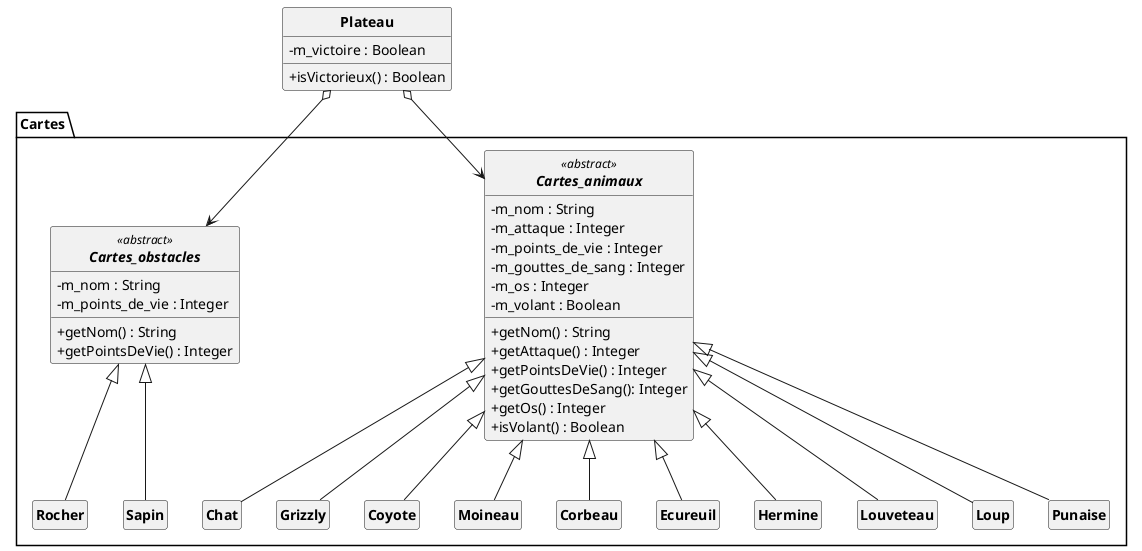
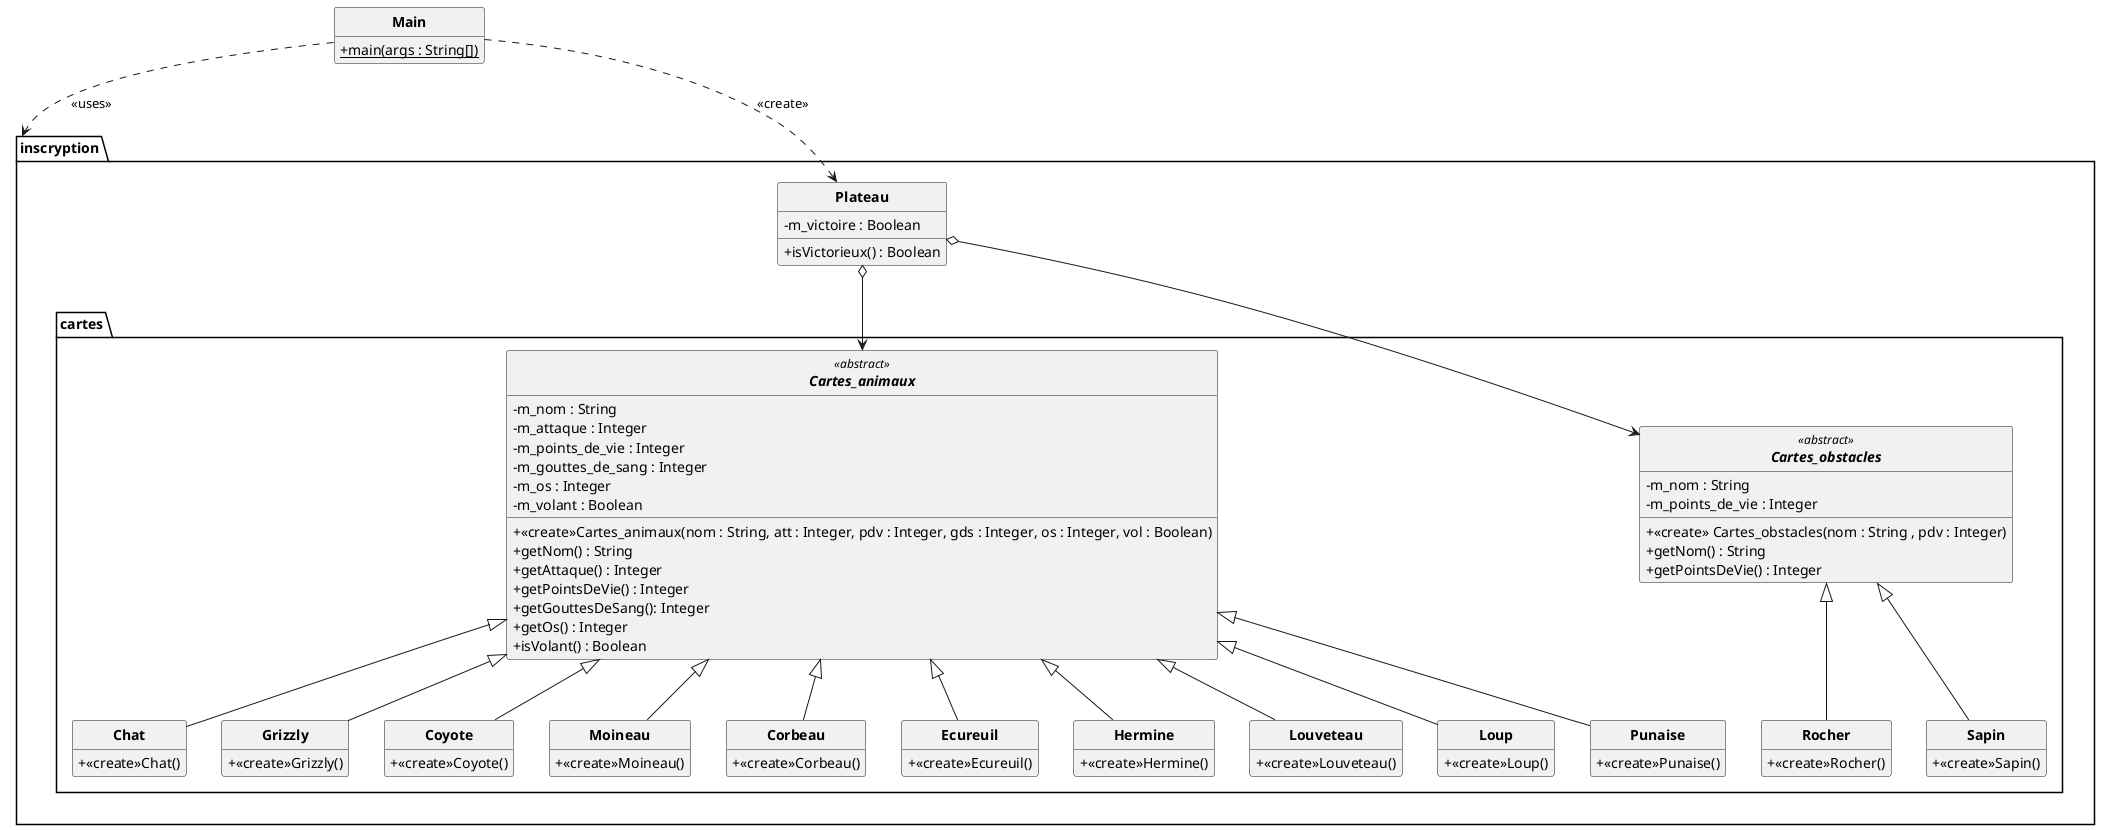
@startuml
'https://plantuml.com/class-diagram

skinparam classAttributeIconSize 0
skinparam classFontStyle Bold
skinparam style strictuml
hide empty members

- class Plateau {
-     -m_victoire : Boolean
-     +isVictorieux() : Boolean
- 
+ class Main {
+     +{static}main(args : String[])
}

- package Cartes {
-     abstract class Cartes_animaux <<abstract>>{
-     -m_nom : String
-     -m_attaque : Integer
-     -m_points_de_vie : Integer
-     -m_gouttes_de_sang : Integer
-     -m_os : Integer
-     -m_volant : Boolean
-     +getNom() : String
-     +getAttaque() : Integer
-     +getPointsDeVie() : Integer
-     +getGouttesDeSang(): Integer
-     +getOs() : Integer
-     +isVolant() : Boolean
+ package inscryption
+ {
+     class Plateau {
+         -m_victoire : Boolean
+         +isVictorieux() : Boolean
+ 
    }
-     abstract class Cartes_obstacles <<abstract>>{
-     -m_nom : String
-     -m_points_de_vie : Integer
-     +getNom() : String
-     +getPointsDeVie() : Integer
+ 
+     package cartes {
+         abstract class Cartes_animaux <<abstract>>{
+         -m_nom : String
+         -m_attaque : Integer
+         -m_points_de_vie : Integer
+         -m_gouttes_de_sang : Integer
+         -m_os : Integer
+         -m_volant : Boolean
+         +<<create>>Cartes_animaux(nom : String, att : Integer, pdv : Integer, gds : Integer, os : Integer, vol : Boolean)
+         +getNom() : String
+         +getAttaque() : Integer
+         +getPointsDeVie() : Integer
+         +getGouttesDeSang(): Integer
+         +getOs() : Integer
+         +isVolant() : Boolean
+         }
+         abstract class Cartes_obstacles <<abstract>>{
+         -m_nom : String
+         -m_points_de_vie : Integer
+         +<<create>> Cartes_obstacles(nom : String , pdv : Integer)
+         +getNom() : String
+         +getPointsDeVie() : Integer
+         }
+         class Chat extends Cartes_animaux{
+             +<<create>>Chat()
+         }
+         class Grizzly extends Cartes_animaux{
+             +<<create>>Grizzly()
+         }
+         class Coyote extends Cartes_animaux{
+             +<<create>>Coyote()
+         }
+         class Moineau extends Cartes_animaux{
+             +<<create>>Moineau()
+         }
+         class Corbeau extends Cartes_animaux{
+             +<<create>>Corbeau()
+         }
+         class Ecureuil extends Cartes_animaux{
+             +<<create>>Ecureuil()
+         }
+         class Hermine extends Cartes_animaux{
+             +<<create>>Hermine()
+         }
+         class Louveteau extends Cartes_animaux{
+             +<<create>>Louveteau()
+         }
+         class Loup extends Cartes_animaux{
+             +<<create>>Loup()
+         }
+         class Punaise extends Cartes_animaux{
+             +<<create>>Punaise()
+         }
+         class Rocher extends Cartes_obstacles{
+             +<<create>>Rocher()
+         }
+         class Sapin extends Cartes_obstacles{
+             +<<create>>Sapin()
+         }
    }
-     class Chat extends Cartes_animaux{}
-     class Grizzly extends Cartes_animaux{}
-     class Coyote extends Cartes_animaux{}
-     class Moineau extends Cartes_animaux{}
-     class Corbeau extends Cartes_animaux{}
-     class Ecureuil extends Cartes_animaux{}
-     class Hermine extends Cartes_animaux{}
-     class Louveteau extends Cartes_animaux{}
-     class Loup extends Cartes_animaux{}
-     class Punaise extends Cartes_animaux{}
-     class Rocher extends Cartes_obstacles{}
-     class Sapin extends Cartes_obstacles{}
}
+ 

Plateau o--> Cartes_animaux
Plateau o--> Cartes_obstacles
- 
+ Main .-> Plateau : <<create>>
+ Main .-> inscryption : <<uses>>
@enduml